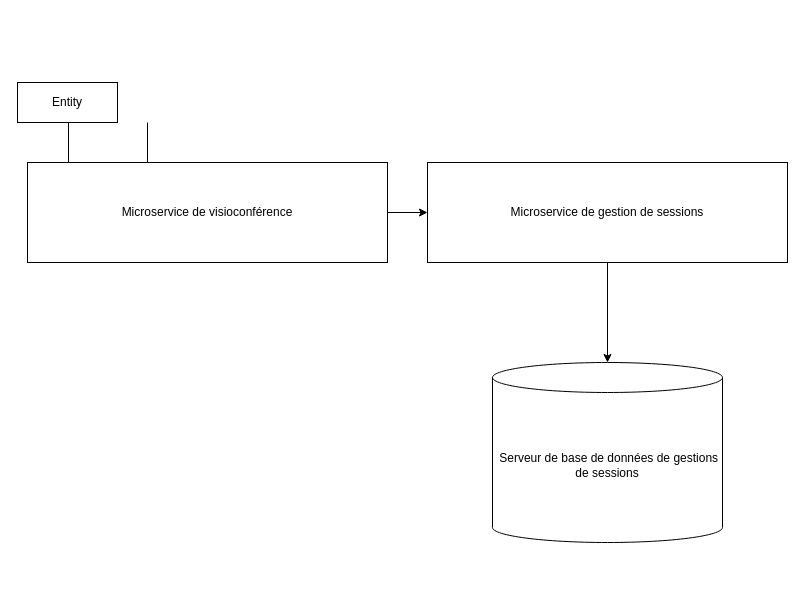
This is Technical architecture.drawio from cjour/audit_logistics, a draw.io file, before an edit. Source tidied: cells renumbered, new cells numbered last; positions are measured from the earlier drawing's top-left corner, leaving out a move shared by most shapes. Both pictures are drawn from the tidied source at 100%, with x=0, y=0 at pixel (17, 82).
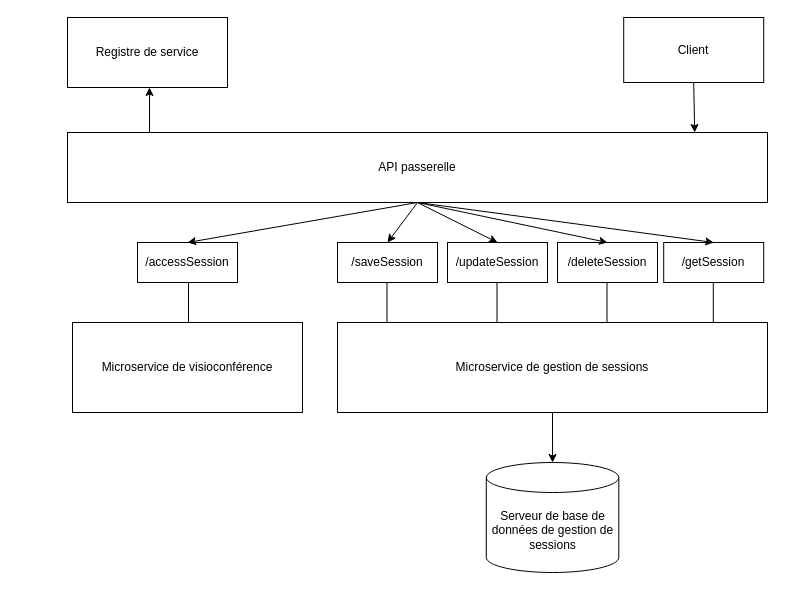
After the change.

What changed in the source:
```diff
@@
     <mxCell id="2" value="Microservice de visioconférence" style="rounded=0;whiteSpace=wrap;html=1;" parent="1" vertex="1">
-      <mxGeometry x="10" y="80" width="360" height="100" as="geometry" />
+      <mxGeometry x="55" y="240" width="230" height="90" as="geometry" />
     </mxCell>
     <mxCell id="3" value="Microservice de gestion de sessions" style="rounded=0;whiteSpace=wrap;html=1;" parent="1" vertex="1">
-      <mxGeometry x="410" y="80" width="360" height="100" as="geometry" />
+      <mxGeometry x="320" y="240" width="430" height="90" as="geometry" />
     </mxCell>
-    <mxCell id="4" value="&lt;span style=&quot;white-space: pre&quot;&gt; &lt;/span&gt;Serveur de base de données de gestions de sessions" style="shape=cylinder3;whiteSpace=wrap;html=1;boundedLbl=1;backgroundOutline=1;size=15;" parent="1" vertex="1">
-      <mxGeometry x="475" y="280" width="230" height="180" as="geometry" />
+    <mxCell id="4" value="Serveur de base de données de gestion de sessions" style="shape=cylinder3;whiteSpace=wrap;html=1;boundedLbl=1;backgroundOutline=1;size=15;" parent="1" vertex="1">
+      <mxGeometry x="468.8" y="380" width="132.5" height="110" as="geometry" />
     </mxCell>
@@
-    <mxCell id="6" style="endArrow=classic;html=1;rounded=0;entryX=0;entryY=0.5;entryDx=0;entryDy=0;exitX=1;exitY=0.5;exitDx=0;exitDy=0;" parent="1" edge="1" source="2" target="3">
-      <mxGeometry relative="1" as="geometry" />
-    </mxCell>
     <mxCell id="7" style="endArrow=none;html=1;rounded=0;exitX=0.25;exitY=0;exitDx=0;exitDy=0;" parent="1" edge="1">
       <mxGeometry relative="1" as="geometry">
-        <mxPoint x="51" y="80" as="sourcePoint" />
-        <mxPoint x="51" y="40" as="targetPoint" />
+        <mxPoint x="171" y="240" as="sourcePoint" />
+        <mxPoint x="171" y="200" as="targetPoint" />
       </mxGeometry>
     </mxCell>
-    <mxCell id="8" style="endArrow=none;html=1;rounded=0;exitX=0.25;exitY=0;exitDx=0;exitDy=0;" parent="1" edge="1">
-      <mxGeometry relative="1" as="geometry">
-        <mxPoint x="130" y="80" as="sourcePoint" />
-        <mxPoint x="130" y="40" as="targetPoint" />
-      </mxGeometry>
-    </mxCell>
-    <mxCell id="9" value="Entity" style="whiteSpace=wrap;html=1;align=center;" parent="1" vertex="1">
-      <mxGeometry width="100" height="40" as="geometry" />
+    <mxCell id="9" value="/accessSession" style="whiteSpace=wrap;html=1;align=center;" parent="1" vertex="1">
+      <mxGeometry x="120" y="160" width="100" height="40" as="geometry" />
     </mxCell>
+    <mxCell id="10" style="endArrow=none;html=1;rounded=0;exitX=0.25;exitY=0;exitDx=0;exitDy=0;" parent="1" edge="1">
+      <mxGeometry relative="1" as="geometry">
+        <mxPoint x="479.5" y="240" as="sourcePoint" />
+        <mxPoint x="479.5" y="200" as="targetPoint" />
+      </mxGeometry>
+    </mxCell>
+    <mxCell id="11" value="/updateSession" style="whiteSpace=wrap;html=1;align=center;" parent="1" vertex="1">
+      <mxGeometry x="430" y="160" width="100" height="40" as="geometry" />
+    </mxCell>
+    <mxCell id="12" style="endArrow=none;html=1;rounded=0;exitX=0.25;exitY=0;exitDx=0;exitDy=0;" parent="1" edge="1">
+      <mxGeometry relative="1" as="geometry">
+        <mxPoint x="589.5" y="240" as="sourcePoint" />
+        <mxPoint x="589.5" y="200" as="targetPoint" />
+      </mxGeometry>
+    </mxCell>
+    <mxCell id="13" value="/deleteSession" style="whiteSpace=wrap;html=1;align=center;" parent="1" vertex="1">
+      <mxGeometry x="540" y="160" width="100" height="40" as="geometry" />
+    </mxCell>
+    <mxCell id="14" style="endArrow=none;html=1;rounded=0;exitX=0.25;exitY=0;exitDx=0;exitDy=0;" parent="1" edge="1">
+      <mxGeometry relative="1" as="geometry">
+        <mxPoint x="369.5" y="240" as="sourcePoint" />
+        <mxPoint x="369.5" y="200" as="targetPoint" />
+      </mxGeometry>
+    </mxCell>
+    <mxCell id="15" value="/saveSession" style="whiteSpace=wrap;html=1;align=center;" parent="1" vertex="1">
+      <mxGeometry x="320" y="160" width="100" height="40" as="geometry" />
+    </mxCell>
+    <mxCell id="16" style="endArrow=none;html=1;rounded=0;exitX=0.25;exitY=0;exitDx=0;exitDy=0;" parent="1" edge="1">
+      <mxGeometry relative="1" as="geometry">
+        <mxPoint x="695.8" y="240" as="sourcePoint" />
+        <mxPoint x="695.8" y="200" as="targetPoint" />
+      </mxGeometry>
+    </mxCell>
+    <mxCell id="17" value="/getSession" style="whiteSpace=wrap;html=1;align=center;" parent="1" vertex="1">
+      <mxGeometry x="646.2" y="160" width="100" height="40" as="geometry" />
+    </mxCell>
+    <mxCell id="18" value="API passerelle" style="rounded=0;whiteSpace=wrap;html=1;" parent="1" vertex="1">
+      <mxGeometry x="50" y="50" width="700" height="70" as="geometry" />
+    </mxCell>
+    <mxCell id="19" value="&lt;div&gt;Registre de service&lt;br&gt;&lt;/div&gt;" style="rounded=0;whiteSpace=wrap;html=1;" parent="1" vertex="1">
+      <mxGeometry x="50" y="-65" width="160" height="70" as="geometry" />
+    </mxCell>
+    <mxCell id="20" style="endArrow=classic;html=1;rounded=0;entryX=0.5;entryY=0;entryDx=0;entryDy=0;exitX=0.5;exitY=1;exitDx=0;exitDy=0;" parent="1" edge="1" source="18" target="9">
+      <mxGeometry relative="1" as="geometry" />
+    </mxCell>
+    <mxCell id="21" style="endArrow=classic;html=1;rounded=0;entryX=0.5;entryY=0;entryDx=0;entryDy=0;exitX=0.5;exitY=1;exitDx=0;exitDy=0;" parent="1" edge="1" source="18" target="15">
+      <mxGeometry relative="1" as="geometry" />
+    </mxCell>
+    <mxCell id="22" style="endArrow=classic;html=1;rounded=0;entryX=0.5;entryY=0;entryDx=0;entryDy=0;exitX=0.5;exitY=1;exitDx=0;exitDy=0;" parent="1" edge="1" source="18" target="11">
+      <mxGeometry relative="1" as="geometry" />
+    </mxCell>
+    <mxCell id="23" style="endArrow=classic;html=1;rounded=0;entryX=0.5;entryY=0;entryDx=0;entryDy=0;exitX=0.5;exitY=1;exitDx=0;exitDy=0;" parent="1" edge="1" source="18" target="13">
+      <mxGeometry relative="1" as="geometry" />
+    </mxCell>
+    <mxCell id="24" style="endArrow=classic;html=1;rounded=0;entryX=0.5;entryY=0;entryDx=0;entryDy=0;" parent="1" edge="1" target="17">
+      <mxGeometry relative="1" as="geometry">
+        <mxPoint x="400" y="120" as="sourcePoint" />
+      </mxGeometry>
+    </mxCell>
+    <mxCell id="25" value="Client" style="rounded=0;whiteSpace=wrap;html=1;" parent="1" vertex="1">
+      <mxGeometry x="606.2" y="-65" width="140" height="65" as="geometry" />
+    </mxCell>
+    <mxCell id="26" style="endArrow=classic;html=1;rounded=0;exitX=0.5;exitY=1;exitDx=0;exitDy=0;entryX=0.896;entryY=0;entryDx=0;entryDy=0;entryPerimeter=0;" parent="1" edge="1" source="25" target="18">
+      <mxGeometry relative="1" as="geometry" />
+    </mxCell>
+    <mxCell id="27" style="endArrow=classic;html=1;rounded=0;entryX=0.75;entryY=1;entryDx=0;entryDy=0;" parent="1" edge="1">
+      <mxGeometry relative="1" as="geometry">
+        <mxPoint x="132" y="50" as="sourcePoint" />
+        <mxPoint x="132" y="5" as="targetPoint" />
+      </mxGeometry>
+    </mxCell>
```
